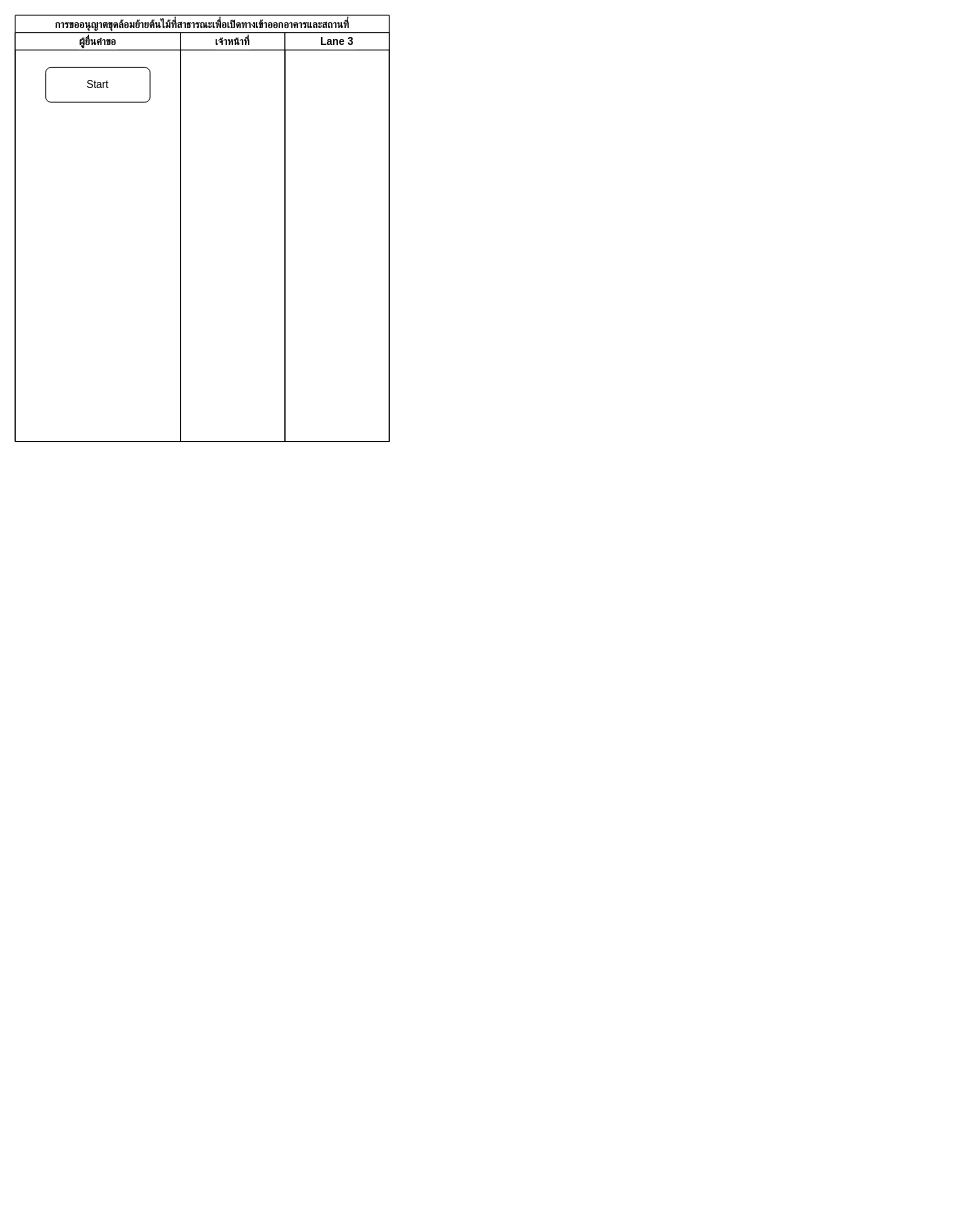
Nutchayaporn/FlowDiagram-13service keeps this draw.io diagram as page "Service2" (2 of 6) of Untitled Diagram.drawio. Above is the earlier version. Source tidied: cells renumbered, new cells numbered last; positions are measured from the earlier drawing's top-left corner, leaving out a move shared by most shapes. Both pictures are drawn from the tidied source at 87%, with x=0, y=0 at pixel (15, 15).
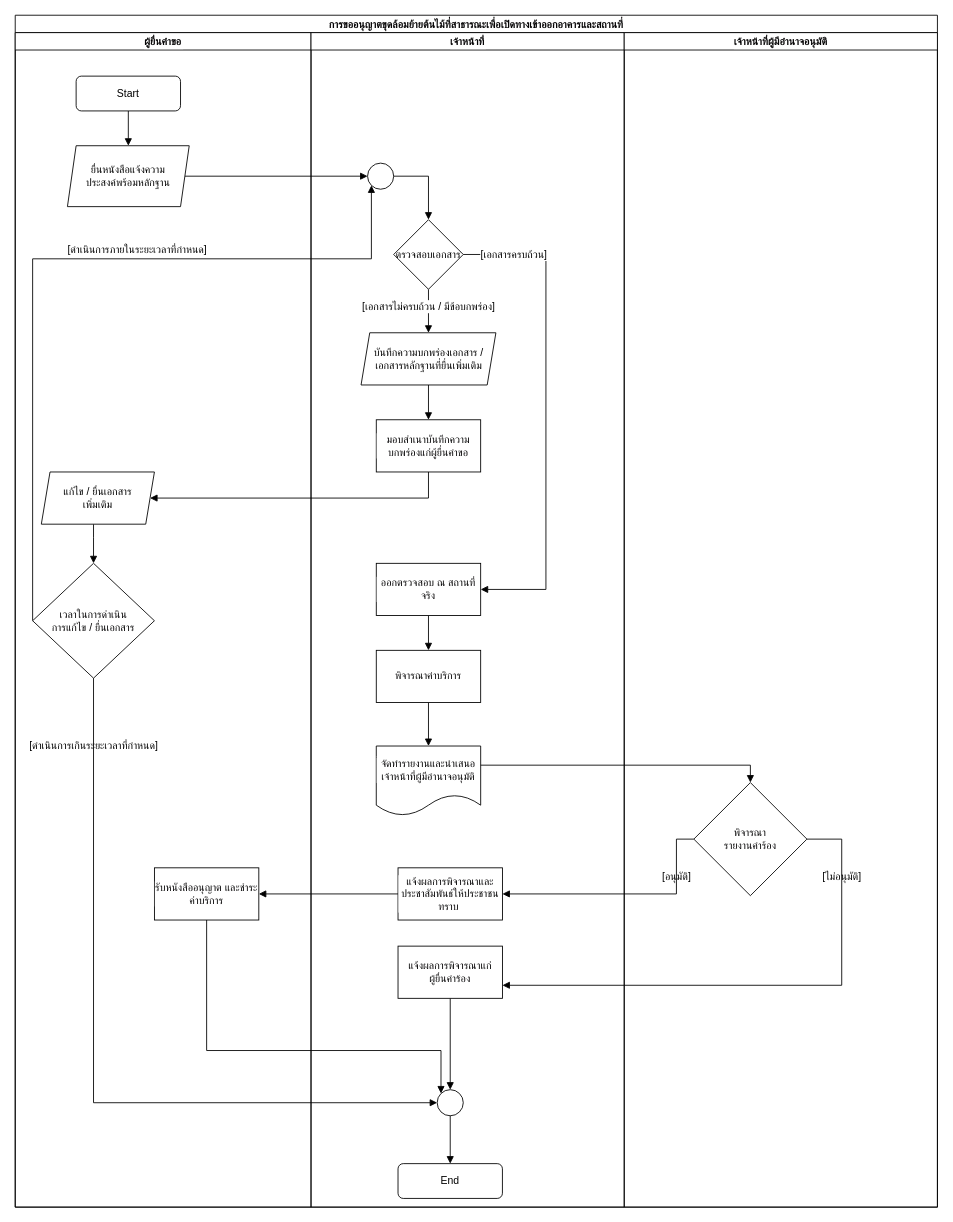
The same diagram, later.

Diff of the diagram source:
```diff
@@
     <mxCell id="2" value="การขออนุญาตขุดล้อมย้ายต้นไม้ที่สาธารณะเพื่อเปิดทางเข้าออกอาคารและสถานที่" style="swimlane;startSize=20;labelBackgroundColor=#FFFFFF;labelBorderColor=none;fontFamily=Helvetica;fontSize=12;fontColor=#050405;strokeColor=default;fillColor=default;" parent="1" vertex="1">
-      <mxGeometry width="430" height="490" as="geometry" />
+      <mxGeometry width="1060" height="1370" as="geometry" />
     </mxCell>
+    <mxCell id="7" style="edgeStyle=orthogonalEdgeStyle;rounded=0;jettySize=auto;html=1;entryX=0;entryY=0.5;entryDx=0;entryDy=0;labelBackgroundColor=#0000CC;labelBorderColor=none;fontFamily=Helvetica;fontSize=12;fontColor=#050405;endArrow=block;endFill=1;startSize=20;" parent="2" edge="1" source="11" target="19">
+      <mxGeometry relative="1" as="geometry" />
+    </mxCell>
+    <mxCell id="8" style="edgeStyle=orthogonalEdgeStyle;rounded=0;jettySize=auto;html=1;entryX=1;entryY=0.5;entryDx=0;entryDy=0;labelBackgroundColor=#0000CC;labelBorderColor=none;fontFamily=Helvetica;fontSize=12;fontColor=#050405;endArrow=block;endFill=1;startSize=20;" parent="2" edge="1" source="25" target="13">
+      <mxGeometry relative="1" as="geometry">
+        <Array as="points">
+          <mxPoint x="475" y="555" />
+        </Array>
+      </mxGeometry>
+    </mxCell>
+    <mxCell id="9" style="edgeStyle=orthogonalEdgeStyle;rounded=0;jettySize=auto;html=1;entryX=0;entryY=1;entryDx=0;entryDy=0;labelBackgroundColor=#0000CC;labelBorderColor=none;fontFamily=Helvetica;fontSize=12;fontColor=#050405;endArrow=block;endFill=1;startSize=20;" parent="2" edge="1" source="14" target="19">
+      <mxGeometry relative="1" as="geometry">
+        <Array as="points">
+          <mxPoint x="20" y="280" />
+          <mxPoint x="409" y="280" />
+        </Array>
+      </mxGeometry>
+    </mxCell>
     <mxCell id="3" value="ผู้ยื่นคำขอ" style="swimlane;startSize=20;labelBackgroundColor=#FFFFFF;labelBorderColor=none;fontFamily=Helvetica;fontSize=12;fontColor=#050405;strokeColor=default;fillColor=default;" parent="2" vertex="1">
-      <mxGeometry y="20" width="190" height="470" as="geometry" />
+      <mxGeometry y="20" width="340" height="1350" as="geometry" />
     </mxCell>
+    <mxCell id="10" style="edgeStyle=orthogonalEdgeStyle;rounded=0;jettySize=auto;html=1;labelBackgroundColor=#0000CC;labelBorderColor=none;fontFamily=Helvetica;fontSize=12;fontColor=#050405;endArrow=block;endFill=1;startSize=20;" parent="3" edge="1" source="4" target="11">
+      <mxGeometry relative="1" as="geometry" />
+    </mxCell>
     <mxCell id="4" value="Start" style="rounded=1;whiteSpace=wrap;html=1;fontSize=12;glass=0;strokeWidth=1;shadow=0;" parent="3" vertex="1">
-      <mxGeometry x="35" y="40" width="120" height="40" as="geometry" />
+      <mxGeometry x="70" y="50" width="120" height="40" as="geometry" />
     </mxCell>
+    <mxCell id="11" value="&lt;span style=&quot;&quot;&gt;ยื่นหนังสือแจ้งความ&lt;br&gt;ประสงค์พร้อมหลักฐาน&lt;/span&gt;" style="shape=parallelogram;perimeter=parallelogramPerimeter;whiteSpace=wrap;html=1;fixedSize=1;fontFamily=Helvetica;fontSize=12;fontColor=default;startSize=20;strokeColor=default;fillColor=default;size=10;" parent="3" vertex="1">
+      <mxGeometry x="60" y="130" width="140" height="70" as="geometry" />
+    </mxCell>
+    <mxCell id="12" style="edgeStyle=orthogonalEdgeStyle;rounded=0;jettySize=auto;html=1;entryX=0.5;entryY=0;entryDx=0;entryDy=0;labelBackgroundColor=#0000CC;labelBorderColor=none;fontFamily=Helvetica;fontSize=12;fontColor=#050405;endArrow=block;endFill=1;startSize=20;" parent="3" edge="1" source="13" target="14">
+      <mxGeometry relative="1" as="geometry">
+        <Array as="points">
+          <mxPoint x="90" y="580" />
+          <mxPoint x="90" y="580" />
+        </Array>
+      </mxGeometry>
+    </mxCell>
+    <mxCell id="13" value="แก้ไข / ยื่นเอกสาร&lt;br&gt;เพิ่มเติม" style="shape=parallelogram;perimeter=parallelogramPerimeter;whiteSpace=wrap;html=1;fixedSize=1;labelBackgroundColor=none;fontFamily=Helvetica;fontSize=12;fontColor=default;startSize=20;strokeColor=default;fillColor=default;size=10;" parent="3" vertex="1">
+      <mxGeometry x="30" y="505" width="130" height="60" as="geometry" />
+    </mxCell>
+    <mxCell id="14" value="เวลาในการดำเนิน&lt;br&gt;การแก้ไข / ยื่นเอกสาร" style="rhombus;whiteSpace=wrap;html=1;labelBackgroundColor=#FFFFFF;labelBorderColor=none;fontFamily=Helvetica;fontSize=12;fontColor=#050405;startSize=20;strokeColor=default;fillColor=default;" parent="3" vertex="1">
+      <mxGeometry x="20" y="610" width="140" height="132" as="geometry" />
+    </mxCell>
+    <mxCell id="15" value="[ดำเนินการเกินระยะเวลาที่กำหนด]" style="text;html=1;align=center;verticalAlign=middle;fontSize=12;fontFamily=Helvetica;labelBackgroundColor=#FFFFFF;" parent="3" vertex="1">
+      <mxGeometry y="810" width="180" height="20" as="geometry" />
+    </mxCell>
+    <mxCell id="16" value="[ดำเนินการภายในระยะเวลาที่กำหนด]" style="text;html=1;align=center;verticalAlign=middle;fontSize=12;fontFamily=Helvetica;labelBackgroundColor=#FFFFFF;" parent="3" vertex="1">
+      <mxGeometry x="40" y="240" width="200" height="20" as="geometry" />
+    </mxCell>
+    <mxCell id="17" value="รับหนังสืออนุญาต และชำระค่าบริการ" style="rounded=0;whiteSpace=wrap;html=1;labelBackgroundColor=#FFFFFF;labelBorderColor=none;fontFamily=Helvetica;fontSize=12;fontColor=#050405;startSize=20;strokeColor=default;fillColor=default;" parent="3" vertex="1">
+      <mxGeometry x="160" y="960" width="120" height="60" as="geometry" />
+    </mxCell>
     <mxCell id="5" value="เจ้าหน้าที่" style="swimlane;startSize=20;labelBackgroundColor=#FFFFFF;labelBorderColor=none;fontFamily=Helvetica;fontSize=12;fontColor=#050405;strokeColor=default;fillColor=default;" parent="2" vertex="1">
-      <mxGeometry x="190" y="20" width="120" height="470" as="geometry" />
+      <mxGeometry x="340" y="20" width="360" height="1350" as="geometry" />
     </mxCell>
-    <mxCell id="6" value="Lane 3" style="swimlane;startSize=20;labelBackgroundColor=#FFFFFF;labelBorderColor=none;fontFamily=Helvetica;fontSize=12;fontColor=#050405;strokeColor=default;fillColor=default;" parent="2" vertex="1">
-      <mxGeometry x="310" y="20" width="120" height="470" as="geometry" />
-    </mxCell>
+    <mxCell id="18" style="edgeStyle=orthogonalEdgeStyle;rounded=0;jettySize=auto;html=1;entryX=0.5;entryY=0;entryDx=0;entryDy=0;labelBackgroundColor=#0000CC;labelBorderColor=none;fontFamily=Helvetica;fontSize=12;fontColor=#050405;endArrow=block;endFill=1;startSize=20;" parent="5" edge="1" source="19" target="22">
+      <mxGeometry relative="1" as="geometry">
+        <Array as="points">
+          <mxPoint x="135" y="165" />
+        </Array>
+      </mxGeometry>
+    </mxCell>
+    <mxCell id="19" style="ellipse;whiteSpace=wrap;html=1;labelBackgroundColor=#FFFFFF;labelBorderColor=none;fontFamily=Helvetica;fontSize=12;fontColor=#050405;startSize=20;strokeColor=default;fillColor=default;" parent="5" vertex="1">
+      <mxGeometry x="65" y="150" width="30" height="30" as="geometry" />
+    </mxCell>
+    <mxCell id="20" style="edgeStyle=orthogonalEdgeStyle;rounded=0;jettySize=auto;html=1;labelBackgroundColor=#0000CC;labelBorderColor=none;fontFamily=Helvetica;fontSize=12;fontColor=#050405;endArrow=block;endFill=1;startSize=20;" parent="5" edge="1" source="22" target="24">
+      <mxGeometry relative="1" as="geometry" />
+    </mxCell>
+    <mxCell id="21" style="edgeStyle=orthogonalEdgeStyle;rounded=0;jettySize=auto;html=1;labelBackgroundColor=#0000CC;labelBorderColor=none;fontFamily=Helvetica;fontSize=12;fontColor=#050405;endArrow=block;endFill=1;startSize=20;entryX=1;entryY=0.5;entryDx=0;entryDy=0;" parent="5" edge="1" source="22" target="29">
+      <mxGeometry relative="1" as="geometry">
+        <Array as="points">
+          <mxPoint x="270" y="255" />
+          <mxPoint x="270" y="640" />
+        </Array>
+      </mxGeometry>
+    </mxCell>
+    <mxCell id="22" value="ตรวจสอบเอกสาร" style="rhombus;whiteSpace=wrap;html=1;fontFamily=Helvetica;fontSize=12;fontColor=default;startSize=20;strokeColor=default;fillColor=default;" parent="5" vertex="1">
+      <mxGeometry x="95" y="215" width="80" height="80" as="geometry" />
+    </mxCell>
+    <mxCell id="23" style="edgeStyle=orthogonalEdgeStyle;rounded=0;jettySize=auto;html=1;labelBackgroundColor=#0000CC;labelBorderColor=none;fontFamily=Helvetica;fontSize=12;fontColor=#050405;endArrow=block;endFill=1;startSize=20;" parent="5" edge="1" source="24" target="25">
+      <mxGeometry relative="1" as="geometry" />
+    </mxCell>
+    <mxCell id="24" value="&lt;span style=&quot;&quot;&gt;บันทึกความบกพร่องเอกสาร / เอกสารหลักฐานที่ยื่นเพิ่มเติม&lt;/span&gt;" style="shape=parallelogram;perimeter=parallelogramPerimeter;whiteSpace=wrap;html=1;fixedSize=1;labelBackgroundColor=none;fontFamily=Helvetica;fontSize=12;fontColor=default;startSize=20;strokeColor=default;fillColor=default;size=10;" parent="5" vertex="1">
+      <mxGeometry x="57.5" y="345" width="155" height="60" as="geometry" />
+    </mxCell>
+    <mxCell id="25" value="มอบสำเนาบันทึกความบกพร่องแก่ผู้ยื่นคำขอ" style="rounded=0;whiteSpace=wrap;html=1;labelBackgroundColor=#FFFFFF;labelBorderColor=none;fontFamily=Helvetica;fontSize=12;fontColor=#050405;startSize=20;strokeColor=default;fillColor=default;" parent="5" vertex="1">
+      <mxGeometry x="75" y="445" width="120" height="60" as="geometry" />
+    </mxCell>
+    <mxCell id="26" value="[เอกสารไม่ครบถ้วน / มีข้อบกพร่อง]" style="text;html=1;align=center;verticalAlign=middle;fontSize=12;fontFamily=Helvetica;labelBackgroundColor=default;" parent="5" vertex="1">
+      <mxGeometry x="40" y="305" width="190" height="20" as="geometry" />
+    </mxCell>
+    <mxCell id="27" value="End" style="rounded=1;whiteSpace=wrap;html=1;fontSize=12;glass=0;strokeWidth=1;shadow=0;" parent="5" vertex="1">
+      <mxGeometry x="100" y="1300" width="120" height="40" as="geometry" />
+    </mxCell>
+    <mxCell id="28" style="edgeStyle=orthogonalEdgeStyle;rounded=0;jettySize=auto;html=1;entryX=0.5;entryY=0;entryDx=0;entryDy=0;labelBackgroundColor=#0000CC;labelBorderColor=none;fontFamily=Helvetica;fontSize=12;fontColor=#050405;endArrow=block;endFill=1;startSize=20;" parent="5" edge="1" source="29" target="32">
+      <mxGeometry relative="1" as="geometry" />
+    </mxCell>
+    <mxCell id="29" value="ออกตรวจสอบ ณ สถานที่จริง" style="rounded=0;whiteSpace=wrap;html=1;labelBackgroundColor=#FFFFFF;labelBorderColor=none;fontFamily=Helvetica;fontSize=12;fontColor=#050405;startSize=20;strokeColor=default;fillColor=default;" parent="5" vertex="1">
+      <mxGeometry x="75" y="610" width="120" height="60" as="geometry" />
+    </mxCell>
+    <mxCell id="30" value="[เอกสารครบถ้วน]" style="text;html=1;align=center;verticalAlign=middle;fontSize=12;fontFamily=Helvetica;labelBackgroundColor=default;" parent="5" vertex="1">
+      <mxGeometry x="183" y="245" width="100" height="20" as="geometry" />
+    </mxCell>
+    <mxCell id="31" style="edgeStyle=orthogonalEdgeStyle;rounded=0;jettySize=auto;html=1;labelBackgroundColor=#0000CC;labelBorderColor=none;fontFamily=Helvetica;fontSize=12;fontColor=#050405;endArrow=block;endFill=1;startSize=20;" parent="5" edge="1" source="32" target="33">
+      <mxGeometry relative="1" as="geometry" />
+    </mxCell>
+    <mxCell id="32" value="พิจารณาค่าบริการ" style="rounded=0;whiteSpace=wrap;html=1;labelBackgroundColor=#FFFFFF;labelBorderColor=none;fontFamily=Helvetica;fontSize=12;fontColor=#050405;startSize=20;strokeColor=default;fillColor=default;" parent="5" vertex="1">
+      <mxGeometry x="75" y="710" width="120" height="60" as="geometry" />
+    </mxCell>
+    <mxCell id="33" value="จัดทำรายงานและนำเสนอเจ้าหน้าที่ผู้มีอำนาจอนุมัติ" style="shape=document;whiteSpace=wrap;html=1;boundedLbl=1;labelBackgroundColor=#FFFFFF;labelBorderColor=none;fontFamily=Helvetica;fontSize=12;fontColor=#050405;startSize=20;strokeColor=default;fillColor=default;" parent="5" vertex="1">
+      <mxGeometry x="75" y="820" width="120" height="80" as="geometry" />
+    </mxCell>
+    <mxCell id="34" value="แจ้งผลการพิจารณาและประชาสัมพันธ์ให้ประชาชนทราบ&amp;nbsp;" style="rounded=0;whiteSpace=wrap;html=1;labelBackgroundColor=#FFFFFF;labelBorderColor=none;fontFamily=Helvetica;fontSize=12;fontColor=#050405;startSize=20;strokeColor=default;fillColor=default;" parent="5" vertex="1">
+      <mxGeometry x="100" y="960" width="120" height="60" as="geometry" />
+    </mxCell>
+    <mxCell id="35" style="ellipse;whiteSpace=wrap;html=1;labelBackgroundColor=#FFFFFF;labelBorderColor=none;fontFamily=Helvetica;fontSize=12;fontColor=#050405;startSize=20;strokeColor=default;fillColor=default;" parent="5" vertex="1">
+      <mxGeometry x="145" y="1215" width="30" height="30" as="geometry" />
+    </mxCell>
+    <mxCell id="36" style="edgeStyle=orthogonalEdgeStyle;rounded=0;jettySize=auto;html=1;entryX=0.5;entryY=0;entryDx=0;entryDy=0;labelBackgroundColor=#0000CC;labelBorderColor=none;fontFamily=Helvetica;fontSize=12;fontColor=#050405;endArrow=block;endFill=1;startSize=20;" parent="5" edge="1" source="35" target="27">
+      <mxGeometry relative="1" as="geometry" />
+    </mxCell>
+    <mxCell id="37" style="edgeStyle=orthogonalEdgeStyle;rounded=0;jettySize=auto;html=1;entryX=0.5;entryY=0;entryDx=0;entryDy=0;labelBackgroundColor=#0000CC;labelBorderColor=none;fontFamily=Helvetica;fontSize=12;fontColor=#050405;endArrow=block;endFill=1;startSize=20;" parent="5" edge="1" source="38" target="35">
+      <mxGeometry relative="1" as="geometry" />
+    </mxCell>
+    <mxCell id="38" value="แจ้งผลการพิจารณาแก่&lt;br&gt;ผู้ยื่นคำร้อง" style="rounded=0;whiteSpace=wrap;html=1;labelBackgroundColor=#FFFFFF;labelBorderColor=none;fontFamily=Helvetica;fontSize=12;fontColor=#050405;startSize=20;strokeColor=default;fillColor=default;" parent="5" vertex="1">
+      <mxGeometry x="100" y="1050" width="120" height="60" as="geometry" />
+    </mxCell>
+    <mxCell id="39" value="เจ้าหน้าที่ผู้มีอำนาจอนุมัติ" style="swimlane;startSize=20;labelBackgroundColor=#FFFFFF;labelBorderColor=none;fontFamily=Helvetica;fontSize=12;fontColor=#050405;strokeColor=default;fillColor=default;" parent="2" vertex="1">
+      <mxGeometry x="700" y="20" width="360" height="1350" as="geometry" />
+    </mxCell>
+    <mxCell id="40" value="พิจารณา&lt;br&gt;รายงานคำร้อง" style="rhombus;whiteSpace=wrap;html=1;labelBackgroundColor=#FFFFFF;labelBorderColor=none;fontFamily=Helvetica;fontSize=12;fontColor=#050405;startSize=20;strokeColor=default;fillColor=default;" parent="39" vertex="1">
+      <mxGeometry x="80" y="862" width="130" height="130" as="geometry" />
+    </mxCell>
+    <mxCell id="41" value="[อนุมัติ]" style="text;html=1;align=center;verticalAlign=middle;fontSize=12;fontFamily=Helvetica;labelBackgroundColor=default;" parent="39" vertex="1">
+      <mxGeometry x="35" y="960" width="50" height="20" as="geometry" />
+    </mxCell>
+    <mxCell id="42" value="[ไม่อนุมัติ]" style="text;html=1;align=center;verticalAlign=middle;fontSize=12;fontFamily=Helvetica;labelBackgroundColor=default;" parent="39" vertex="1">
+      <mxGeometry x="220" y="960" width="60" height="20" as="geometry" />
+    </mxCell>
+    <mxCell id="43" style="edgeStyle=orthogonalEdgeStyle;rounded=0;jettySize=auto;html=1;labelBackgroundColor=#0000CC;labelBorderColor=none;fontFamily=Helvetica;fontSize=12;fontColor=#050405;endArrow=block;endFill=1;startSize=20;" parent="2" edge="1" source="40">
+      <mxGeometry relative="1" as="geometry">
+        <mxPoint x="560" y="1010" as="targetPoint" />
+        <Array as="points">
+          <mxPoint x="760" y="947" />
+          <mxPoint x="760" y="1010" />
+        </Array>
+      </mxGeometry>
+    </mxCell>
+    <mxCell id="44" style="edgeStyle=orthogonalEdgeStyle;rounded=0;jettySize=auto;html=1;entryX=0.5;entryY=0;entryDx=0;entryDy=0;labelBackgroundColor=#0000CC;labelBorderColor=none;fontFamily=Helvetica;fontSize=12;fontColor=#050405;endArrow=block;endFill=1;startSize=20;" parent="2" edge="1" source="33" target="40">
+      <mxGeometry relative="1" as="geometry">
+        <Array as="points">
+          <mxPoint x="845" y="862" />
+        </Array>
+      </mxGeometry>
+    </mxCell>
+    <mxCell id="45" style="edgeStyle=orthogonalEdgeStyle;rounded=0;jettySize=auto;html=1;labelBackgroundColor=#0000CC;labelBorderColor=none;fontFamily=Helvetica;fontSize=12;fontColor=#050405;endArrow=block;endFill=1;startSize=20;" parent="2" edge="1" source="34" target="17">
+      <mxGeometry relative="1" as="geometry" />
+    </mxCell>
+    <mxCell id="46" style="edgeStyle=orthogonalEdgeStyle;rounded=0;jettySize=auto;html=1;labelBackgroundColor=#0000CC;labelBorderColor=none;fontFamily=Helvetica;fontSize=12;fontColor=#050405;endArrow=block;endFill=1;startSize=20;entryX=0;entryY=0;entryDx=0;entryDy=0;" parent="2" edge="1" source="17" target="35">
+      <mxGeometry relative="1" as="geometry">
+        <Array as="points">
+          <mxPoint x="220" y="1190" />
+          <mxPoint x="489" y="1190" />
+        </Array>
+      </mxGeometry>
+    </mxCell>
+    <mxCell id="47" style="edgeStyle=orthogonalEdgeStyle;rounded=0;jettySize=auto;html=1;labelBackgroundColor=#0000CC;labelBorderColor=none;fontFamily=Helvetica;fontSize=12;fontColor=#050405;endArrow=block;endFill=1;startSize=20;entryX=0;entryY=0.5;entryDx=0;entryDy=0;" parent="2" edge="1" source="14" target="35">
+      <mxGeometry relative="1" as="geometry">
+        <Array as="points">
+          <mxPoint x="90" y="1250" />
+        </Array>
+      </mxGeometry>
+    </mxCell>
+    <mxCell id="48" style="edgeStyle=orthogonalEdgeStyle;rounded=0;jettySize=auto;html=1;entryX=1;entryY=0.75;entryDx=0;entryDy=0;labelBackgroundColor=#0000CC;labelBorderColor=none;fontFamily=Helvetica;fontSize=12;fontColor=#050405;endArrow=block;endFill=1;startSize=20;" parent="2" edge="1" source="40" target="38">
+      <mxGeometry relative="1" as="geometry">
+        <Array as="points">
+          <mxPoint x="950" y="947" />
+          <mxPoint x="950" y="1115" />
+        </Array>
+      </mxGeometry>
+    </mxCell>
```
